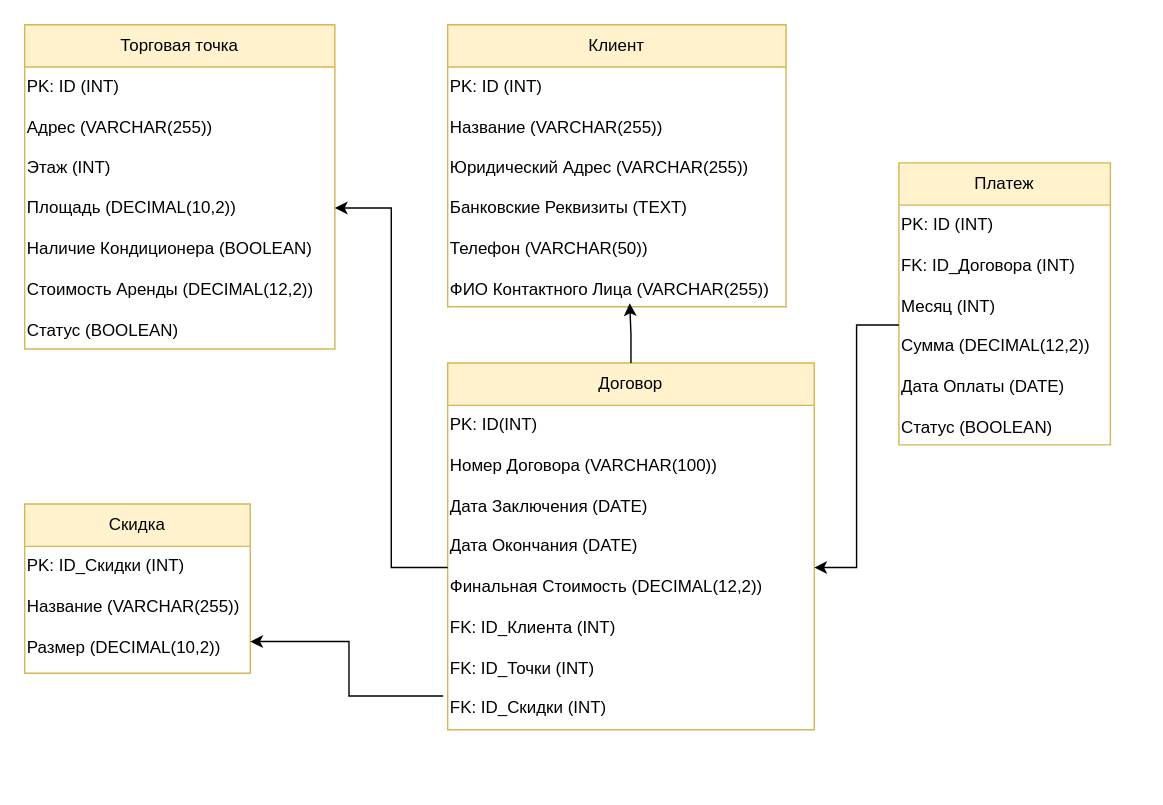
Earlier version of the draw.io diagram лаб1/Реляционная модель.drawio (sparrow-with-a-laptop/database). Source tidied: cells renumbered, new cells numbered last; positions are measured from the earlier drawing's top-left corner, leaving out a move shared by most shapes. Both pictures are drawn from the tidied source at 141%, with x=0, y=0 at pixel (24, 24).
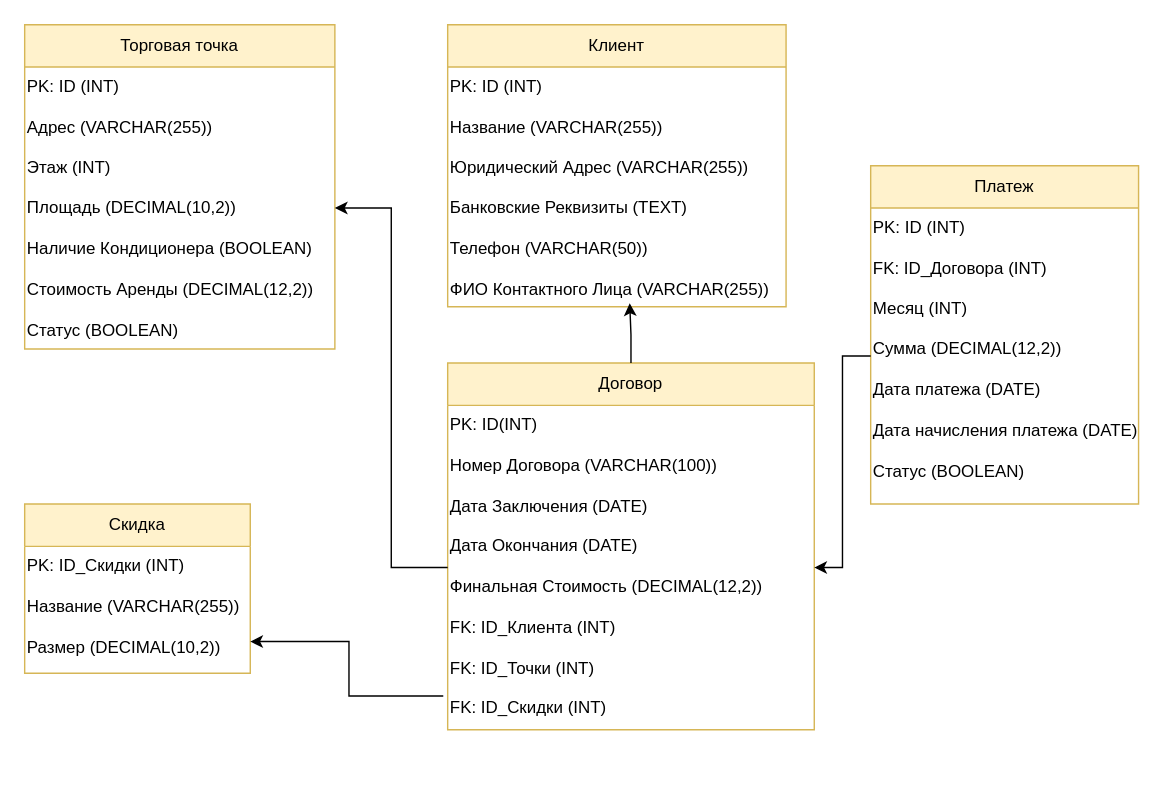
After the change.

Diff of the diagram source:
```diff
@@
     <mxCell id="14" value="Платеж" style="swimlane;fontStyle=0;horizontal=1;startSize=30;whiteSpace=wrap;html=1;fillColor=#fff2cc;strokeColor=#d6b656;" parent="1" vertex="1">
-      <mxGeometry x="620" y="98" width="150" height="200" as="geometry" />
+      <mxGeometry x="600" y="100" width="190" height="240" as="geometry" />
     </mxCell>
-    <mxCell id="15" value="&lt;div&gt;&lt;div&gt;&lt;div&gt;PK: ID (INT)&lt;/div&gt;&lt;div&gt;&lt;br&gt;&lt;/div&gt;&lt;div&gt;FK: ID_Договора (INT)&lt;/div&gt;&lt;div&gt;&lt;br&gt;&lt;/div&gt;&lt;div&gt;Месяц (INT)&lt;/div&gt;&lt;div&gt;&lt;br&gt;&lt;/div&gt;&lt;div&gt;Сумма (DECIMAL(12,2))&lt;/div&gt;&lt;div&gt;&lt;br&gt;&lt;/div&gt;&lt;div&gt;Дата Оплаты (DATE)&lt;/div&gt;&lt;div&gt;&lt;br&gt;&lt;/div&gt;&lt;div&gt;Статус (BOOLEAN)&lt;/div&gt;&lt;/div&gt;&lt;/div&gt;" style="text;whiteSpace=wrap;html=1;" parent="14" vertex="1">
-      <mxGeometry y="30" width="150" height="170" as="geometry" />
+    <mxCell id="15" value="&lt;div&gt;PK: ID (INT)&lt;/div&gt;&lt;div&gt;&lt;br&gt;&lt;/div&gt;&lt;div&gt;FK: ID_Договора (INT)&lt;/div&gt;&lt;div&gt;&lt;br&gt;&lt;/div&gt;&lt;div&gt;Месяц (INT)&lt;/div&gt;&lt;div&gt;&lt;br&gt;&lt;/div&gt;&lt;div&gt;Сумма (DECIMAL(12,2))&lt;/div&gt;&lt;div&gt;&lt;br&gt;&lt;/div&gt;&lt;div&gt;Дата платежа (DATE)&lt;/div&gt;&lt;div&gt;&lt;br&gt;&lt;/div&gt;&lt;div&gt;Дата начисления платежа (DATE)&lt;/div&gt;&lt;div&gt;&lt;br&gt;&lt;/div&gt;&lt;div&gt;&lt;span style=&quot;background-color: transparent; color: light-dark(rgb(0, 0, 0), rgb(255, 255, 255));&quot;&gt;Статус (BOOLEAN)&lt;/span&gt;&lt;/div&gt;" style="text;whiteSpace=wrap;html=1;" parent="14" vertex="1">
+      <mxGeometry y="30" width="190" height="210" as="geometry" />
     </mxCell>
```
